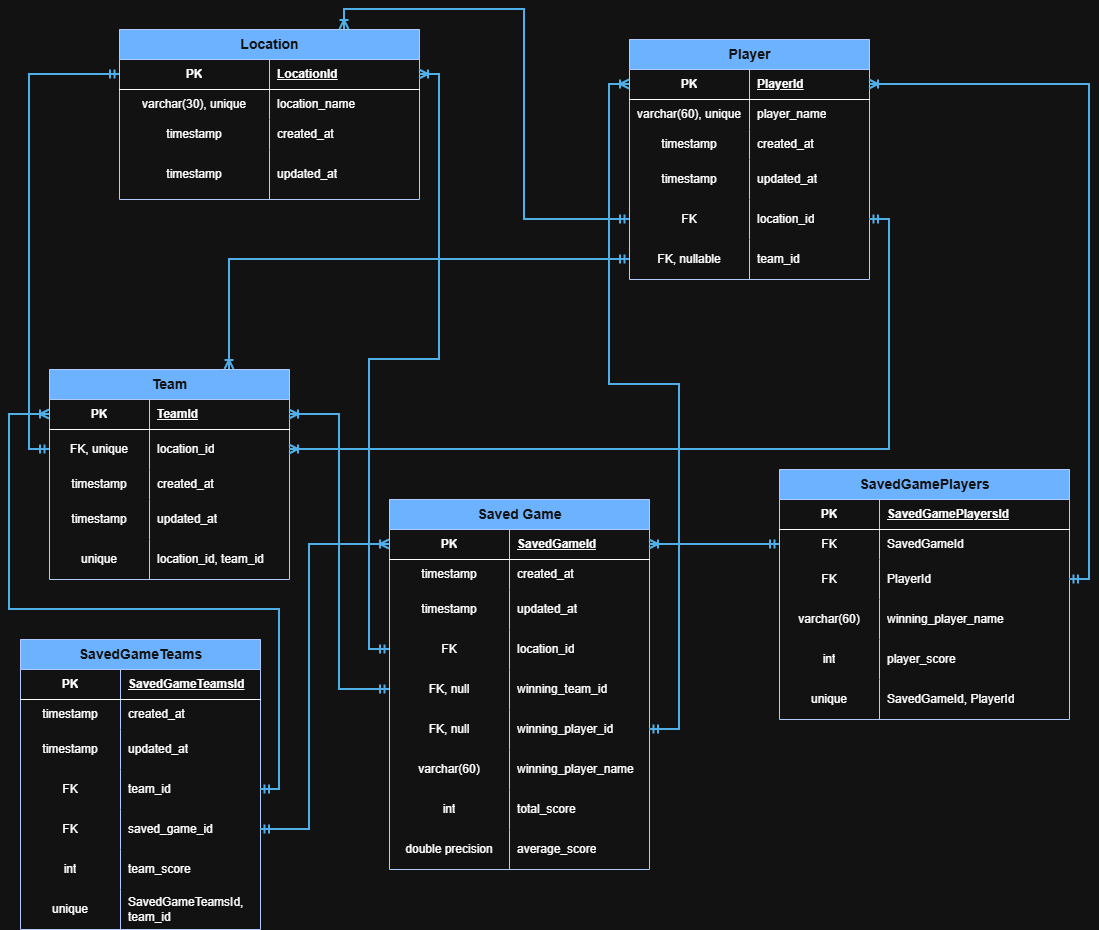
This is database/schema/jeopardyScoreBoard.png from darienmiller88/JeopardyScoreBoard-V2, a draw.io export, as it was before one commit. Source tidied: cells renumbered, new cells last; positions are measured from the earlier drawing's top-left corner, leaving out a move shared by most shapes.
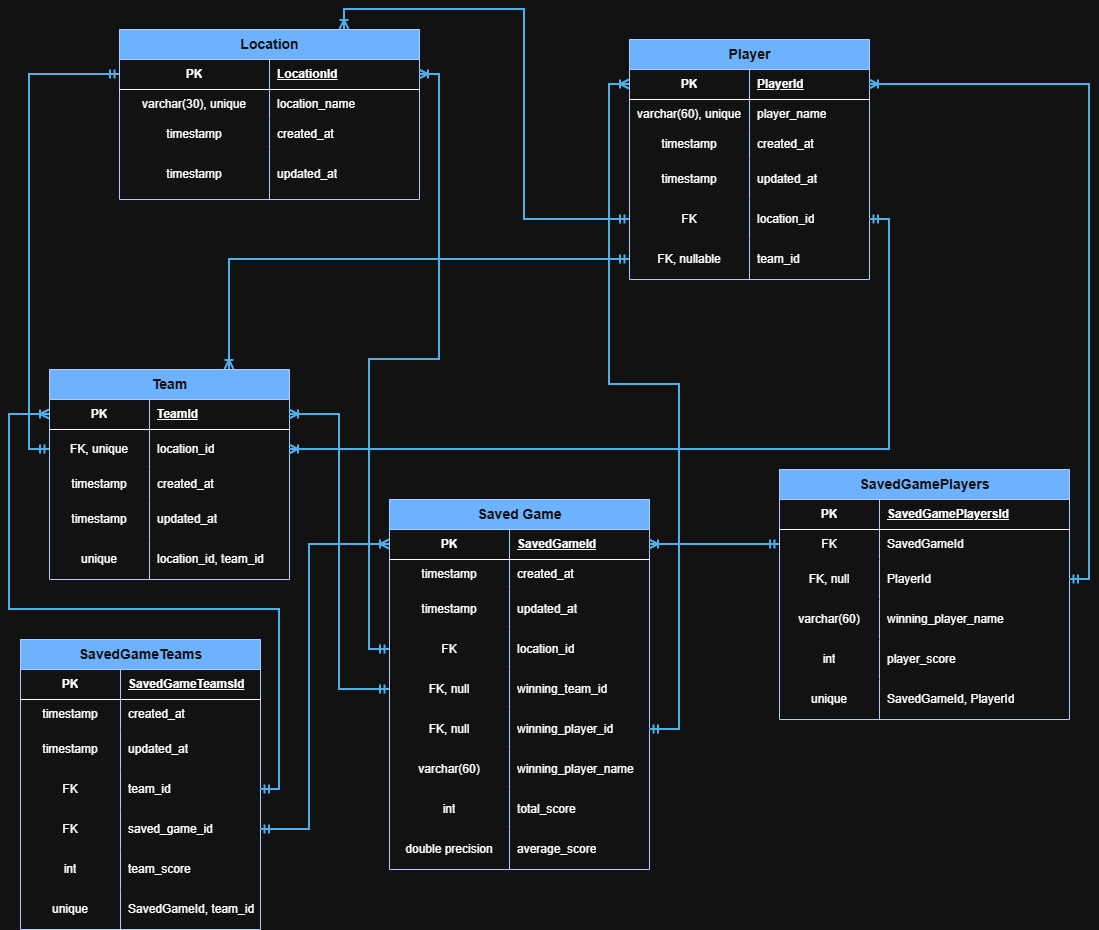
The same diagram one commit later.

Commit message:
chore: added updated database schema model

Change to the diagram source:
```diff
@@ -260,7 +260,7 @@
     <mxCell id="87" style="shape=tableRow;horizontal=0;startSize=0;swimlaneHead=0;swimlaneBody=0;fillColor=none;points=[[0,0.5],[1,0.5]];portConstraint=eastwest;top=0;left=0;right=0;bottom=0;" parent="80" vertex="1">
       <mxGeometry y="90" width="290" height="40" as="geometry" />
     </mxCell>
-    <mxCell id="88" value="FK" style="shape=partialRectangle;fillColor=none;top=0;left=0;bottom=0;right=0;overflow=hidden;whiteSpace=wrap;html=1;" parent="87" vertex="1">
+    <mxCell id="88" value="FK, null" style="shape=partialRectangle;fillColor=none;top=0;left=0;bottom=0;right=0;overflow=hidden;whiteSpace=wrap;html=1;" parent="87" vertex="1">
       <mxGeometry width="100" height="40" as="geometry" />
     </mxCell>
     <mxCell id="89" value="PlayerId" style="shape=partialRectangle;fillColor=none;top=0;left=0;bottom=0;right=0;align=left;spacingLeft=6;overflow=hidden;whiteSpace=wrap;html=1;" parent="87" vertex="1">
@@ -362,7 +362,7 @@
     <mxCell id="121" value="unique" style="shape=partialRectangle;fillColor=none;top=0;left=0;bottom=0;right=0;overflow=hidden;whiteSpace=wrap;html=1;" parent="120" vertex="1">
       <mxGeometry width="100" height="40" as="geometry" />
     </mxCell>
-    <mxCell id="122" value="SavedGameTeamsId, team_id" style="shape=partialRectangle;fillColor=none;top=0;left=0;bottom=0;right=0;align=left;spacingLeft=6;overflow=hidden;whiteSpace=wrap;html=1;" parent="120" vertex="1">
+    <mxCell id="122" value="SavedGameId, team_id" style="shape=partialRectangle;fillColor=none;top=0;left=0;bottom=0;right=0;align=left;spacingLeft=6;overflow=hidden;whiteSpace=wrap;html=1;" parent="120" vertex="1">
       <mxGeometry x="100" width="140" height="40" as="geometry" />
     </mxCell>
     <mxCell id="123" style="edgeStyle=orthogonalEdgeStyle;rounded=0;jettySize=auto;html=1;exitX=1;exitY=0.5;exitDx=0;exitDy=0;entryX=0;entryY=0.5;entryDx=0;entryDy=0;endArrow=ERoneToMany;endFill=0;startArrow=ERmandOne;startFill=0;strokeWidth=2;fillColor=#1ba1e2;strokeColor=#006EAF;" parent="1" edge="1" source="67" target="16">
```
